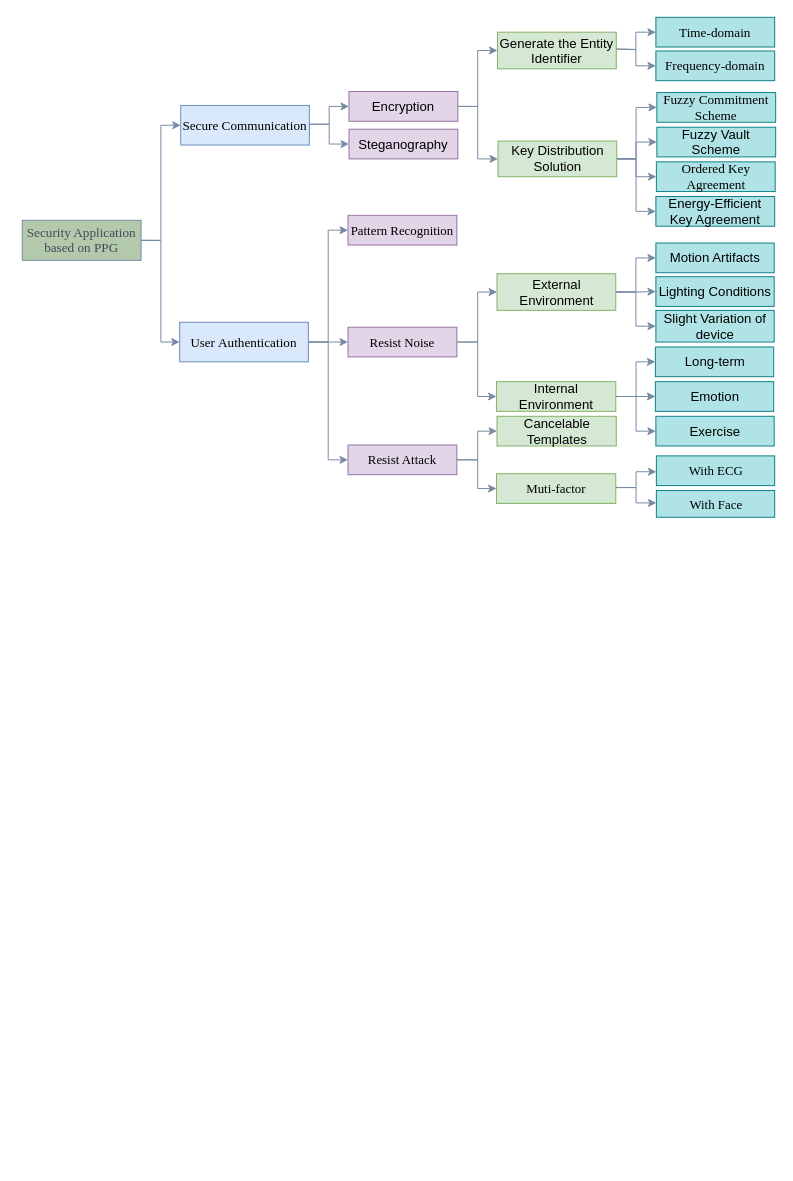
The draw.io diagram classDiagram.drawio in NasTul/Diagrams, before the edit. Source tidied: cells renumbered, new cells numbered last; positions are measured from the earlier drawing's top-left corner, leaving out a move shared by most shapes. Both pictures are drawn from the tidied source at 99%, with x=0, y=0 at pixel (22, 17).
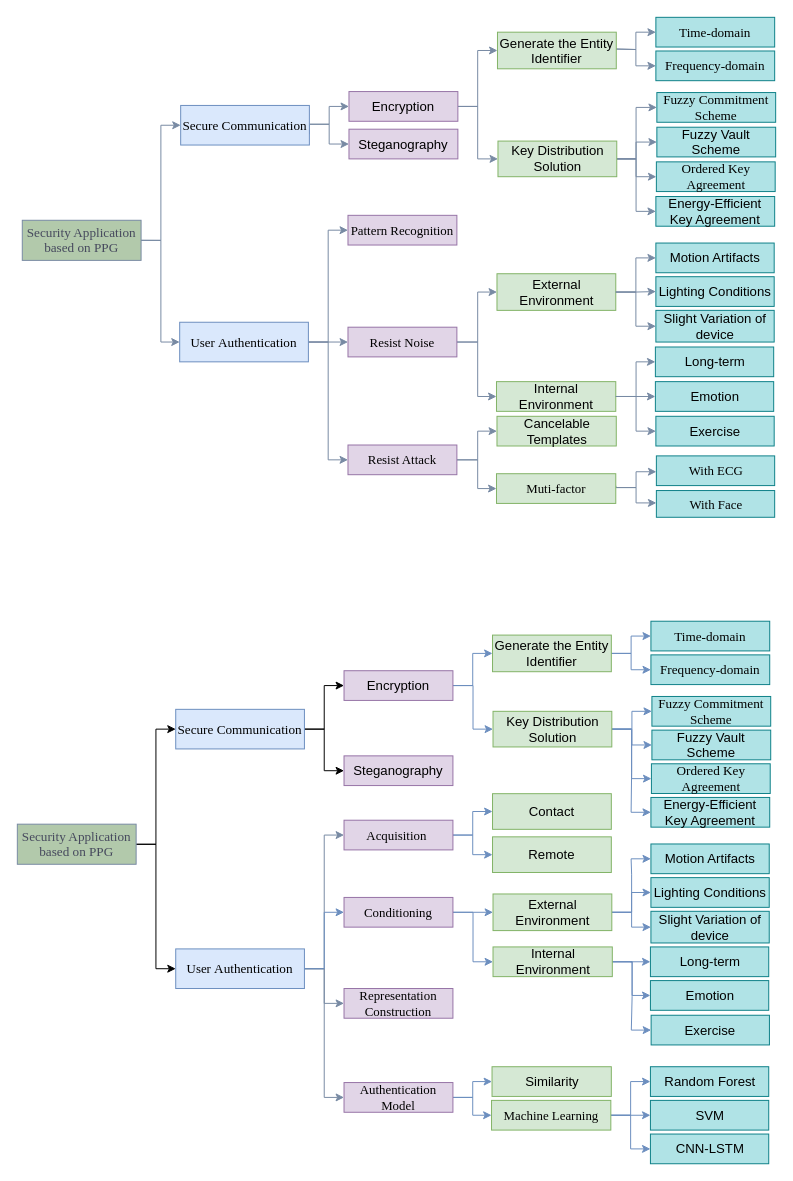
Above is the later version.

Change to the diagram source:
```diff
@@
+    <mxCell id="57" style="edgeStyle=orthogonalEdgeStyle;rounded=0;jettySize=auto;html=1;entryX=0;entryY=0.5;entryDx=0;entryDy=0;" parent="1" edge="1" source="59" target="62">
+      <mxGeometry relative="1" as="geometry" />
+    </mxCell>
+    <mxCell id="58" style="edgeStyle=orthogonalEdgeStyle;rounded=0;jettySize=auto;html=1;entryX=0;entryY=0.5;entryDx=0;entryDy=0;" parent="1" edge="1" source="59" target="94">
+      <mxGeometry relative="1" as="geometry" />
+    </mxCell>
+    <mxCell id="59" value="&lt;span style=&quot;font-size: 10pt&quot;&gt;&lt;font face=&quot;Times New Roman&quot;&gt;Security Application based on PPG&lt;/font&gt;&lt;/span&gt;" style="rounded=0;whiteSpace=wrap;html=1;fillColor=#B2C9AB;strokeColor=#788AA3;fontColor=#46495D;" parent="1" vertex="1">
+      <mxGeometry x="-5" y="815" width="120" height="40.5" as="geometry" />
+    </mxCell>
+    <mxCell id="60" style="edgeStyle=orthogonalEdgeStyle;rounded=0;jettySize=auto;html=1;entryX=0;entryY=0.5;entryDx=0;entryDy=0;" parent="1" edge="1" source="62" target="65">
+      <mxGeometry relative="1" as="geometry" />
+    </mxCell>
+    <mxCell id="61" style="edgeStyle=orthogonalEdgeStyle;rounded=0;jettySize=auto;html=1;entryX=0;entryY=0.5;entryDx=0;entryDy=0;" parent="1" edge="1" source="62" target="66">
+      <mxGeometry relative="1" as="geometry" />
+    </mxCell>
+    <mxCell id="62" value="&lt;span style=&quot;font-size: 10pt&quot;&gt;&lt;font face=&quot;Times New Roman&quot;&gt;Secure Communication&lt;/font&gt;&lt;/span&gt;" style="rounded=0;whiteSpace=wrap;html=1;fillColor=#dae8fc;strokeColor=#6c8ebf;" parent="1" vertex="1">
+      <mxGeometry x="155" y="699" width="130" height="40" as="geometry" />
+    </mxCell>
+    <mxCell id="63" style="edgeStyle=orthogonalEdgeStyle;rounded=0;jettySize=auto;html=1;entryX=0;entryY=0.5;entryDx=0;entryDy=0;fillColor=#dae8fc;strokeColor=#6c8ebf;" parent="1" edge="1" source="65" target="69">
+      <mxGeometry relative="1" as="geometry" />
+    </mxCell>
+    <mxCell id="64" style="edgeStyle=orthogonalEdgeStyle;rounded=0;jettySize=auto;html=1;entryX=0;entryY=0.5;entryDx=0;entryDy=0;fillColor=#dae8fc;strokeColor=#6c8ebf;" parent="1" edge="1" source="65" target="74">
+      <mxGeometry relative="1" as="geometry" />
+    </mxCell>
+    <mxCell id="65" value="&lt;span style=&quot;font-family: &amp;#34;noto_regular&amp;#34; ; font-size: 10pt&quot;&gt;Encryption&lt;/span&gt;" style="rounded=0;whiteSpace=wrap;html=1;fillColor=#e1d5e7;strokeColor=#9673a6;" parent="1" vertex="1">
+      <mxGeometry x="325" y="660" width="110" height="30" as="geometry" />
+    </mxCell>
+    <mxCell id="66" value="&lt;span style=&quot;font-family: &amp;#34;noto_regular&amp;#34; ; font-size: 10pt&quot;&gt;Steganography&lt;/span&gt;" style="rounded=0;whiteSpace=wrap;html=1;fillColor=#e1d5e7;strokeColor=#9673a6;" parent="1" vertex="1">
+      <mxGeometry x="325" y="746" width="110" height="30" as="geometry" />
+    </mxCell>
+    <mxCell id="67" style="edgeStyle=orthogonalEdgeStyle;rounded=0;jettySize=auto;html=1;entryX=0;entryY=0.5;entryDx=0;entryDy=0;fillColor=#dae8fc;strokeColor=#6c8ebf;" parent="1" edge="1" source="69" target="100">
+      <mxGeometry relative="1" as="geometry" />
+    </mxCell>
+    <mxCell id="68" style="edgeStyle=orthogonalEdgeStyle;rounded=0;jettySize=auto;html=1;fillColor=#dae8fc;strokeColor=#6c8ebf;" parent="1" edge="1" source="69" target="101">
+      <mxGeometry relative="1" as="geometry" />
+    </mxCell>
+    <mxCell id="69" value="&lt;span style=&quot;font-family: &amp;#34;noto_regular&amp;#34; ; font-size: 10pt&quot;&gt;Generate the Entity Identifier&lt;/span&gt;" style="rounded=0;whiteSpace=wrap;html=1;fillColor=#d5e8d4;strokeColor=#82b366;" parent="1" vertex="1">
+      <mxGeometry x="475" y="624" width="120" height="37" as="geometry" />
+    </mxCell>
+    <mxCell id="70" style="edgeStyle=orthogonalEdgeStyle;rounded=0;jettySize=auto;html=1;entryX=0;entryY=0.5;entryDx=0;entryDy=0;fillColor=#dae8fc;strokeColor=#6c8ebf;" parent="1" edge="1" source="74" target="75">
+      <mxGeometry relative="1" as="geometry" />
+    </mxCell>
+    <mxCell id="71" style="edgeStyle=orthogonalEdgeStyle;rounded=0;jettySize=auto;html=1;entryX=0;entryY=0.5;entryDx=0;entryDy=0;fillColor=#dae8fc;strokeColor=#6c8ebf;" parent="1" edge="1" source="74" target="76">
+      <mxGeometry relative="1" as="geometry" />
+    </mxCell>
+    <mxCell id="72" style="edgeStyle=orthogonalEdgeStyle;rounded=0;jettySize=auto;html=1;entryX=0;entryY=0.5;entryDx=0;entryDy=0;fillColor=#dae8fc;strokeColor=#6c8ebf;" parent="1" edge="1" source="74" target="77">
+      <mxGeometry relative="1" as="geometry" />
+    </mxCell>
+    <mxCell id="73" style="edgeStyle=orthogonalEdgeStyle;rounded=0;jettySize=auto;html=1;entryX=0;entryY=0.5;entryDx=0;entryDy=0;fillColor=#dae8fc;strokeColor=#6c8ebf;" parent="1" edge="1" source="74" target="78">
+      <mxGeometry relative="1" as="geometry" />
+    </mxCell>
+    <mxCell id="74" value="&lt;span style=&quot;font-family: &amp;#34;noto_regular&amp;#34; ; font-size: 10pt&quot;&gt;Key Distribution Solution&lt;/span&gt;" style="rounded=0;whiteSpace=wrap;html=1;fillColor=#d5e8d4;strokeColor=#82b366;" parent="1" vertex="1">
+      <mxGeometry x="475.5" y="701" width="120" height="36" as="geometry" />
+    </mxCell>
+    <mxCell id="75" value="&lt;span style=&quot;font-size: 10pt&quot;&gt;&lt;font face=&quot;Times New Roman&quot;&gt;Fuzzy Commitment Scheme&lt;/font&gt;&lt;/span&gt;" style="rounded=0;whiteSpace=wrap;html=1;fillColor=#b0e3e6;strokeColor=#0e8088;" parent="1" vertex="1">
+      <mxGeometry x="636" y="686" width="120" height="30" as="geometry" />
+    </mxCell>
+    <mxCell id="76" value="&lt;span style=&quot;font-family: &amp;#34;noto_regular&amp;#34; ; font-size: 10pt&quot;&gt;Fuzzy Vault Scheme&lt;/span&gt;" style="rounded=0;whiteSpace=wrap;html=1;fillColor=#b0e3e6;strokeColor=#0e8088;" parent="1" vertex="1">
+      <mxGeometry x="636" y="720" width="120" height="30" as="geometry" />
+    </mxCell>
+    <mxCell id="77" value="&lt;span style=&quot;font-size: 10pt&quot;&gt;&lt;font face=&quot;Times New Roman&quot;&gt;Ordered Key Agreement&lt;/font&gt;&lt;/span&gt;" style="rounded=0;whiteSpace=wrap;html=1;fillColor=#b0e3e6;strokeColor=#0e8088;" parent="1" vertex="1">
+      <mxGeometry x="635.5" y="754" width="120" height="30" as="geometry" />
+    </mxCell>
+    <mxCell id="78" value="&lt;span style=&quot;font-family: &amp;#34;noto_regular&amp;#34; ; font-size: 10pt&quot;&gt;Energy-Efficient Key Agreement&lt;/span&gt;" style="rounded=0;whiteSpace=wrap;html=1;fillColor=#b0e3e6;strokeColor=#0e8088;" parent="1" vertex="1">
+      <mxGeometry x="635" y="788" width="120" height="30" as="geometry" />
+    </mxCell>
+    <mxCell id="79" style="edgeStyle=orthogonalEdgeStyle;rounded=0;jettySize=auto;html=1;entryX=0;entryY=0.5;entryDx=0;entryDy=0;fillColor=#dae8fc;strokeColor=#6c8ebf;" parent="1" edge="1" source="82" target="83">
+      <mxGeometry relative="1" as="geometry" />
+    </mxCell>
+    <mxCell id="80" style="edgeStyle=orthogonalEdgeStyle;rounded=0;jettySize=auto;html=1;entryX=0;entryY=0.5;entryDx=0;entryDy=0;fillColor=#dae8fc;strokeColor=#6c8ebf;" parent="1" edge="1" source="82" target="84">
+      <mxGeometry relative="1" as="geometry" />
+    </mxCell>
+    <mxCell id="81" style="edgeStyle=orthogonalEdgeStyle;rounded=0;jettySize=auto;html=1;entryX=0;entryY=0.5;entryDx=0;entryDy=0;fillColor=#dae8fc;strokeColor=#6c8ebf;" parent="1" edge="1" source="82" target="85">
+      <mxGeometry relative="1" as="geometry" />
+    </mxCell>
+    <mxCell id="82" value="&lt;font face=&quot;noto_regular&quot;&gt;&lt;span style=&quot;font-size: 13.3333px&quot;&gt;External Environment&lt;/span&gt;&lt;/font&gt;" style="rounded=0;whiteSpace=wrap;html=1;fillColor=#d5e8d4;strokeColor=#82b366;" parent="1" vertex="1">
+      <mxGeometry x="475.5" y="885.5" width="120" height="37" as="geometry" />
+    </mxCell>
+    <mxCell id="83" value="&lt;font face=&quot;noto_regular&quot;&gt;&lt;span style=&quot;font-size: 13.3333px&quot;&gt;Motion Artifacts&lt;/span&gt;&lt;/font&gt;" style="rounded=0;whiteSpace=wrap;html=1;fillColor=#b0e3e6;strokeColor=#0e8088;" parent="1" vertex="1">
+      <mxGeometry x="635" y="835" width="119.5" height="30" as="geometry" />
+    </mxCell>
+    <mxCell id="84" value="&lt;font face=&quot;noto_regular&quot;&gt;&lt;span style=&quot;font-size: 13.3333px&quot;&gt;Lighting Conditions&lt;/span&gt;&lt;/font&gt;" style="rounded=0;whiteSpace=wrap;html=1;fillColor=#b0e3e6;strokeColor=#0e8088;" parent="1" vertex="1">
+      <mxGeometry x="635" y="869" width="119.5" height="30" as="geometry" />
+    </mxCell>
+    <mxCell id="85" value="&lt;font face=&quot;noto_regular&quot;&gt;&lt;span style=&quot;font-size: 13.3333px&quot;&gt;Slight Variation of device&lt;/span&gt;&lt;/font&gt;" style="rounded=0;whiteSpace=wrap;html=1;fillColor=#b0e3e6;strokeColor=#0e8088;" parent="1" vertex="1">
+      <mxGeometry x="635" y="903" width="119.5" height="32" as="geometry" />
+    </mxCell>
+    <mxCell id="86" style="edgeStyle=orthogonalEdgeStyle;rounded=0;jettySize=auto;html=1;entryX=0;entryY=0.5;entryDx=0;entryDy=0;fillColor=#dae8fc;strokeColor=#6c8ebf;" parent="1" edge="1" source="89" target="102">
+      <mxGeometry relative="1" as="geometry" />
+    </mxCell>
+    <mxCell id="87" style="edgeStyle=orthogonalEdgeStyle;rounded=0;jettySize=auto;html=1;entryX=0;entryY=0.5;entryDx=0;entryDy=0;fillColor=#dae8fc;strokeColor=#6c8ebf;" parent="1" edge="1" source="89" target="103">
+      <mxGeometry relative="1" as="geometry" />
+    </mxCell>
+    <mxCell id="88" style="edgeStyle=orthogonalEdgeStyle;rounded=0;jettySize=auto;html=1;entryX=0;entryY=0.5;entryDx=0;entryDy=0;fillColor=#dae8fc;strokeColor=#6c8ebf;" parent="1" edge="1" source="89" target="116">
+      <mxGeometry relative="1" as="geometry" />
+    </mxCell>
+    <mxCell id="89" value="&lt;p&gt;&lt;font face=&quot;noto_regular&quot;&gt;&lt;span style=&quot;font-size: 13.3333px&quot;&gt;Internal Environment&lt;/span&gt;&lt;/font&gt;&lt;br&gt;&lt;/p&gt;" style="rounded=0;whiteSpace=wrap;html=1;fillColor=#d5e8d4;strokeColor=#82b366;" parent="1" vertex="1">
+      <mxGeometry x="475.5" y="939" width="120.5" height="30" as="geometry" />
+    </mxCell>
+    <mxCell id="90" style="edgeStyle=orthogonalEdgeStyle;rounded=0;jettySize=auto;html=1;entryX=0;entryY=0.5;entryDx=0;entryDy=0;fillColor=#dae8fc;strokeColor=#788AA3;" parent="1" edge="1" source="94" target="106">
+      <mxGeometry relative="1" as="geometry" />
+    </mxCell>
+    <mxCell id="91" style="edgeStyle=orthogonalEdgeStyle;rounded=0;jettySize=auto;html=1;exitX=1;exitY=0.5;exitDx=0;exitDy=0;entryX=0;entryY=0.5;entryDx=0;entryDy=0;strokeColor=#788AA3;" parent="1" edge="1" source="94" target="95">
+      <mxGeometry relative="1" as="geometry" />
+    </mxCell>
+    <mxCell id="92" style="edgeStyle=orthogonalEdgeStyle;jettySize=auto;html=1;entryX=0;entryY=0.5;entryDx=0;entryDy=0;shadow=0;fillColor=#dae8fc;rounded=0;strokeColor=#788AA3;" parent="1" edge="1" source="94" target="110">
+      <mxGeometry relative="1" as="geometry" />
+    </mxCell>
+    <mxCell id="93" style="edgeStyle=orthogonalEdgeStyle;rounded=0;jettySize=auto;html=1;entryX=0;entryY=0.5;entryDx=0;entryDy=0;fillColor=#dae8fc;strokeColor=#6c8ebf;" parent="1" edge="1" source="94" target="113">
+      <mxGeometry relative="1" as="geometry" />
+    </mxCell>
+    <mxCell id="94" value="&lt;font face=&quot;Times New Roman&quot;&gt;User&amp;nbsp;&lt;span style=&quot;font-size: 10pt&quot;&gt;Authentication&lt;/span&gt;&lt;/font&gt;" style="rounded=0;whiteSpace=wrap;html=1;fontSize=13;fillColor=#dae8fc;strokeColor=#6c8ebf;" parent="1" vertex="1">
+      <mxGeometry x="155" y="941" width="130" height="40" as="geometry" />
+    </mxCell>
+    <mxCell id="95" value="&lt;font face=&quot;Times New Roman&quot;&gt;Representation Construction&lt;/font&gt;" style="rounded=0;whiteSpace=wrap;html=1;fontSize=13;fillColor=#e1d5e7;strokeColor=#9673a6;" parent="1" vertex="1">
+      <mxGeometry x="325" y="981" width="110" height="30" as="geometry" />
+    </mxCell>
+    <mxCell id="96" style="edgeStyle=orthogonalEdgeStyle;rounded=0;jettySize=auto;html=1;entryX=0;entryY=0.5;entryDx=0;entryDy=0;fillColor=#dae8fc;strokeColor=#6c8ebf;" parent="1" edge="1" source="99" target="117">
+      <mxGeometry relative="1" as="geometry" />
+    </mxCell>
+    <mxCell id="97" style="edgeStyle=orthogonalEdgeStyle;rounded=0;jettySize=auto;html=1;entryX=0;entryY=0.5;entryDx=0;entryDy=0;fillColor=#dae8fc;strokeColor=#6c8ebf;" parent="1" edge="1" source="99" target="118">
+      <mxGeometry relative="1" as="geometry" />
+    </mxCell>
+    <mxCell id="98" style="edgeStyle=orthogonalEdgeStyle;rounded=0;jettySize=auto;html=1;entryX=0;entryY=0.5;entryDx=0;entryDy=0;fillColor=#dae8fc;strokeColor=#6c8ebf;" parent="1" edge="1" source="99" target="119">
+      <mxGeometry relative="1" as="geometry" />
+    </mxCell>
+    <mxCell id="99" value="&lt;font face=&quot;Times New Roman&quot;&gt;Machine Learning&lt;/font&gt;" style="rounded=0;whiteSpace=wrap;html=1;fontSize=13;fillColor=#d5e8d4;strokeColor=#82b366;" parent="1" vertex="1">
+      <mxGeometry x="474" y="1094" width="120.5" height="30" as="geometry" />
+    </mxCell>
+    <mxCell id="100" value="&lt;font face=&quot;Times New Roman&quot;&gt;&lt;span style=&quot;font-size: 10pt&quot;&gt;Time-&lt;/span&gt;&lt;span style=&quot;font-size: 13.3333px&quot;&gt;domain&lt;/span&gt;&lt;br&gt;&lt;/font&gt;" style="rounded=0;whiteSpace=wrap;html=1;fillColor=#b0e3e6;strokeColor=#0e8088;" parent="1" vertex="1">
+      <mxGeometry x="635" y="610" width="120" height="30" as="geometry" />
+    </mxCell>
+    <mxCell id="101" value="&lt;font face=&quot;Times New Roman&quot;&gt;&lt;span style=&quot;font-size: 13.3333px&quot;&gt;Frequency-domain&lt;/span&gt;&lt;br&gt;&lt;/font&gt;" style="rounded=0;whiteSpace=wrap;html=1;fillColor=#b0e3e6;strokeColor=#0e8088;" parent="1" vertex="1">
+      <mxGeometry x="635" y="644" width="120" height="30" as="geometry" />
+    </mxCell>
+    <mxCell id="102" value="&lt;font face=&quot;noto_regular&quot;&gt;&lt;span style=&quot;font-size: 13.3333px&quot;&gt;Long-term&lt;/span&gt;&lt;/font&gt;" style="rounded=0;whiteSpace=wrap;html=1;fillColor=#b0e3e6;strokeColor=#0e8088;" parent="1" vertex="1">
+      <mxGeometry x="634.5" y="939" width="119.5" height="30" as="geometry" />
+    </mxCell>
+    <mxCell id="103" value="&lt;font face=&quot;noto_regular&quot;&gt;&lt;span style=&quot;font-size: 13.3333px&quot;&gt;Emotion&lt;/span&gt;&lt;/font&gt;" style="rounded=0;whiteSpace=wrap;html=1;fillColor=#b0e3e6;strokeColor=#0e8088;" parent="1" vertex="1">
+      <mxGeometry x="634.5" y="973" width="119.5" height="30" as="geometry" />
+    </mxCell>
+    <mxCell id="104" style="edgeStyle=orthogonalEdgeStyle;rounded=0;jettySize=auto;html=1;fillColor=#dae8fc;strokeColor=#6c8ebf;" parent="1" edge="1" source="106" target="115">
+      <mxGeometry relative="1" as="geometry" />
+    </mxCell>
+    <mxCell id="105" style="edgeStyle=orthogonalEdgeStyle;rounded=0;jettySize=auto;html=1;entryX=0;entryY=0.5;entryDx=0;entryDy=0;fillColor=#dae8fc;strokeColor=#6c8ebf;" parent="1" edge="1" source="106" target="114">
+      <mxGeometry relative="1" as="geometry" />
+    </mxCell>
+    <mxCell id="106" value="&lt;font face=&quot;Times New Roman&quot;&gt;Acquisition&amp;nbsp;&lt;/font&gt;" style="rounded=0;whiteSpace=wrap;html=1;fontSize=13;fillColor=#e1d5e7;strokeColor=#9673a6;" parent="1" vertex="1">
+      <mxGeometry x="325" y="811" width="110" height="30" as="geometry" />
+    </mxCell>
+    <mxCell id="107" value="&lt;font face=&quot;noto_regular&quot;&gt;&lt;span style=&quot;font-size: 13.3333px;&quot;&gt;Similarity&lt;/span&gt;&lt;/font&gt;" style="rounded=0;whiteSpace=wrap;html=1;fillColor=#d5e8d4;strokeColor=#82b366;" parent="1" vertex="1">
+      <mxGeometry x="474.5" y="1060" width="120.5" height="30" as="geometry" />
+    </mxCell>
+    <mxCell id="108" style="edgeStyle=orthogonalEdgeStyle;rounded=0;jettySize=auto;html=1;entryX=0;entryY=0.5;entryDx=0;entryDy=0;fillColor=#dae8fc;strokeColor=#6c8ebf;" parent="1" edge="1" source="110" target="107">
+      <mxGeometry relative="1" as="geometry" />
+    </mxCell>
+    <mxCell id="109" style="edgeStyle=orthogonalEdgeStyle;rounded=0;jettySize=auto;html=1;entryX=0;entryY=0.5;entryDx=0;entryDy=0;fillColor=#dae8fc;strokeColor=#6c8ebf;" parent="1" edge="1" source="110" target="99">
+      <mxGeometry relative="1" as="geometry" />
+    </mxCell>
+    <mxCell id="110" value="&lt;font face=&quot;Times New Roman&quot;&gt;Authentication Model&lt;/font&gt;" style="rounded=0;whiteSpace=wrap;html=1;fontSize=13;fillColor=#e1d5e7;strokeColor=#9673a6;" parent="1" vertex="1">
+      <mxGeometry x="325" y="1076" width="110" height="30" as="geometry" />
+    </mxCell>
+    <mxCell id="111" style="edgeStyle=orthogonalEdgeStyle;rounded=0;jettySize=auto;html=1;entryX=0;entryY=0.5;entryDx=0;entryDy=0;fillColor=#dae8fc;strokeColor=#6c8ebf;" parent="1" edge="1" source="113" target="89">
+      <mxGeometry relative="1" as="geometry" />
+    </mxCell>
+    <mxCell id="112" style="edgeStyle=orthogonalEdgeStyle;rounded=0;jettySize=auto;html=1;entryX=0;entryY=0.5;entryDx=0;entryDy=0;fillColor=#dae8fc;strokeColor=#6c8ebf;" parent="1" edge="1" source="113" target="82">
+      <mxGeometry relative="1" as="geometry" />
+    </mxCell>
+    <mxCell id="113" value="&lt;span style=&quot;font-family: &amp;quot;Times New Roman&amp;quot;;&quot;&gt;Conditioning&lt;/span&gt;" style="rounded=0;whiteSpace=wrap;html=1;fontSize=13;fillColor=#e1d5e7;strokeColor=#9673a6;" parent="1" vertex="1">
+      <mxGeometry x="325" y="889" width="110" height="30" as="geometry" />
+    </mxCell>
+    <mxCell id="114" value="&lt;font face=&quot;noto_regular&quot;&gt;&lt;span style=&quot;font-size: 13.3333px;&quot;&gt;Contact&lt;/span&gt;&lt;/font&gt;" style="rounded=0;whiteSpace=wrap;html=1;fillColor=#d5e8d4;strokeColor=#82b366;" parent="1" vertex="1">
+      <mxGeometry x="475" y="784.2" width="120" height="36" as="geometry" />
+    </mxCell>
+    <mxCell id="115" value="&lt;font face=&quot;noto_regular&quot;&gt;&lt;span style=&quot;font-size: 13.3333px;&quot;&gt;Remote&lt;/span&gt;&lt;/font&gt;" style="rounded=0;whiteSpace=wrap;html=1;fillColor=#d5e8d4;strokeColor=#82b366;" parent="1" vertex="1">
+      <mxGeometry x="475" y="827.8" width="120" height="36" as="geometry" />
+    </mxCell>
+    <mxCell id="116" value="&lt;span style=&quot;font-family: noto_regular; font-size: 13.3333px;&quot;&gt;Exercise&lt;/span&gt;" style="rounded=0;whiteSpace=wrap;html=1;fillColor=#b0e3e6;strokeColor=#0e8088;" parent="1" vertex="1">
+      <mxGeometry x="635.2" y="1008" width="119.5" height="30" as="geometry" />
+    </mxCell>
+    <mxCell id="117" value="&lt;font face=&quot;noto_regular&quot;&gt;&lt;span style=&quot;font-size: 13.3333px;&quot;&gt;Random Forest&lt;/span&gt;&lt;/font&gt;" style="rounded=0;whiteSpace=wrap;html=1;fillColor=#b0e3e6;strokeColor=#0e8088;" parent="1" vertex="1">
+      <mxGeometry x="634.5" y="1060" width="119.5" height="30" as="geometry" />
+    </mxCell>
+    <mxCell id="118" value="&lt;span style=&quot;font-family: noto_regular; font-size: 13.3333px;&quot;&gt;SVM&lt;/span&gt;" style="rounded=0;whiteSpace=wrap;html=1;fillColor=#b0e3e6;strokeColor=#0e8088;" parent="1" vertex="1">
+      <mxGeometry x="634.5" y="1094" width="119.5" height="30" as="geometry" />
+    </mxCell>
+    <mxCell id="119" value="&lt;span style=&quot;font-family: noto_regular; font-size: 13.3333px;&quot;&gt;CNN-LSTM&lt;/span&gt;" style="rounded=0;whiteSpace=wrap;html=1;fillColor=#b0e3e6;strokeColor=#0e8088;" parent="1" vertex="1">
+      <mxGeometry x="634.5" y="1128" width="119.5" height="30" as="geometry" />
+    </mxCell>
```
